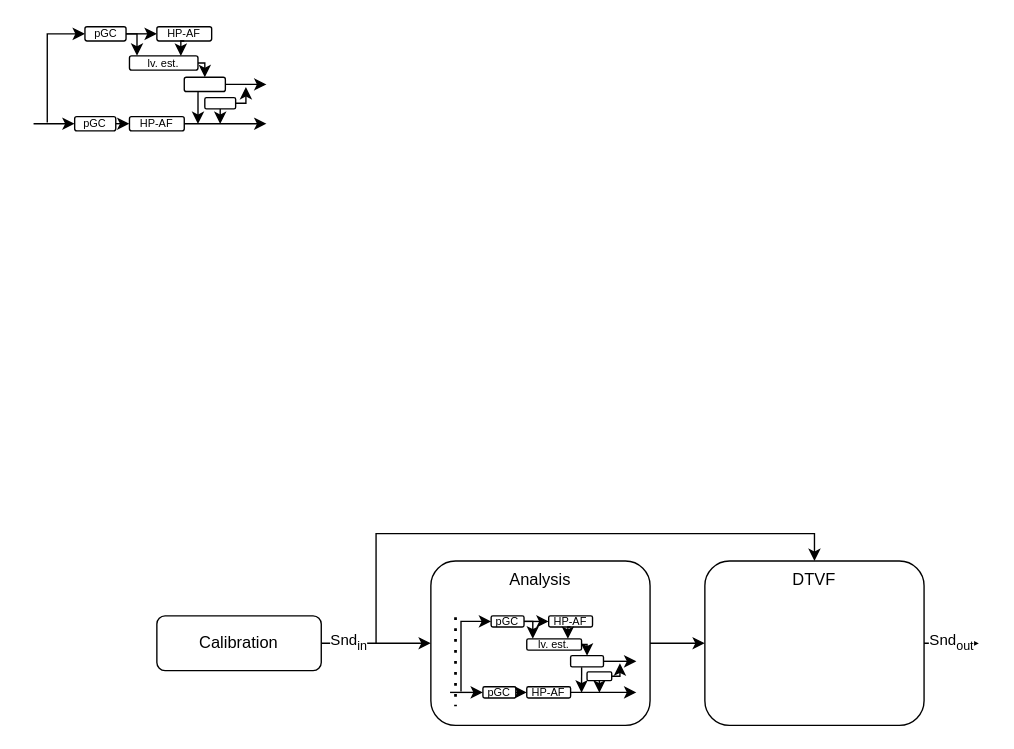
Above: WHIS-Blockdiagramm.drawio in dirkbr/draw.io (draw.io), before the change. Source tidied: cells renumbered, new cells numbered last; positions are measured from the earlier drawing's top-left corner, leaving out a move shared by most shapes. Both pictures are drawn from the tidied source at 137%, with x=0, y=0 at pixel (33, 26).
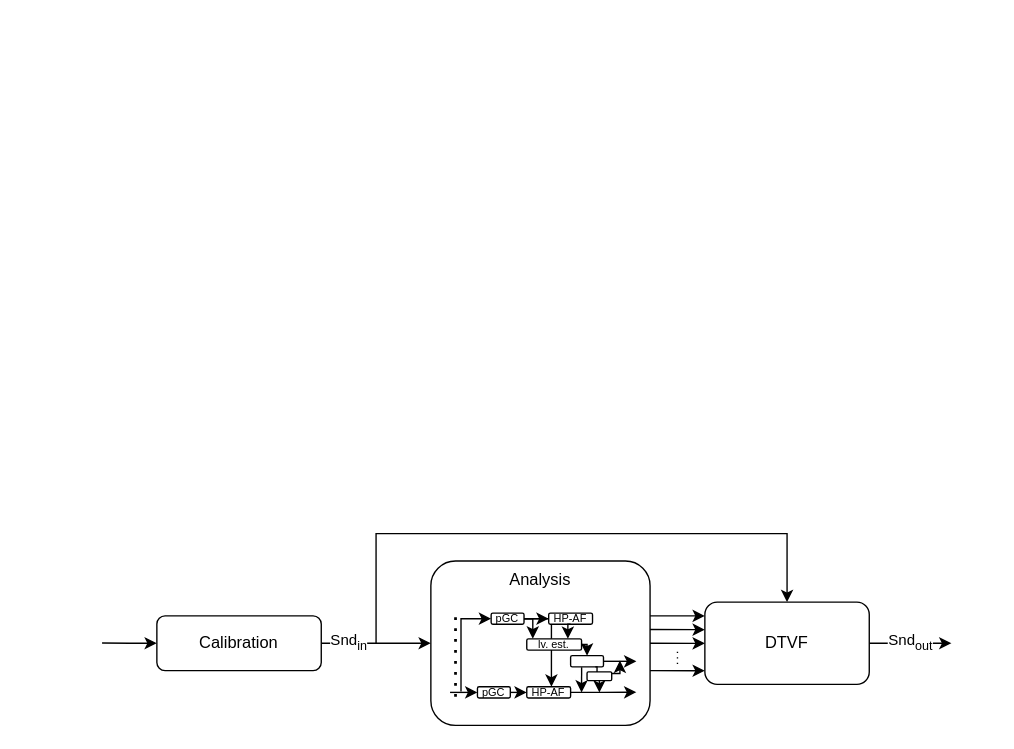
The same diagram, later.

The change refers to these unchanged cells:
```xml
<mxCell id="3" value="Analysis" style="rounded=1;whiteSpace=wrap;html=1;verticalAlign=top;" parent="1" vertex="1">
  <mxGeometry x="290" y="390" width="160" height="120" as="geometry" />
</mxCell>
<mxCell id="5" value="Calibration" style="rounded=1;whiteSpace=wrap;html=1;" parent="1" vertex="1">
  <mxGeometry x="90" y="430" width="120" height="40" as="geometry" />
</mxCell>
```

What changed in the source:
```diff
@@
-    <mxCell id="2" style="edgeStyle=orthogonalEdgeStyle;rounded=0;jettySize=auto;html=1;exitX=1;exitY=0.5;exitDx=0;exitDy=0;entryX=0;entryY=0.5;entryDx=0;entryDy=0;" parent="1" edge="1" source="3" target="54">
-      <mxGeometry relative="1" as="geometry" />
-    </mxCell>
@@
+    <mxCell id="55" style="edgeStyle=orthogonalEdgeStyle;rounded=0;jettySize=auto;html=1;exitX=0;exitY=0.5;exitDx=0;exitDy=0;startArrow=classic;startFill=1;endArrow=none;endFill=0;" parent="1" edge="1" source="5">
+      <mxGeometry relative="1" as="geometry">
+        <mxPoint x="50" y="449.8" as="targetPoint" />
+      </mxGeometry>
+    </mxCell>
@@
-    <mxCell id="7" style="group;" parent="1" vertex="1">
-      <mxGeometry width="170" height="76" as="geometry" />
-    </mxCell>
-    <mxCell id="8" style="edgeStyle=orthogonalEdgeStyle;rounded=0;jettySize=auto;html=1;exitX=1;exitY=0.5;exitDx=0;exitDy=0;entryX=0;entryY=0.5;entryDx=0;entryDy=0;" parent="7" edge="1" source="10" target="11">
-      <mxGeometry relative="1" as="geometry" />
-    </mxCell>
-    <mxCell id="9" style="edgeStyle=orthogonalEdgeStyle;rounded=0;jettySize=auto;html=1;exitX=0;exitY=0.5;exitDx=0;exitDy=0;startArrow=classic;startFill=1;endArrow=none;endFill=0;" parent="7" edge="1" source="10">
-      <mxGeometry relative="1" as="geometry">
-        <mxPoint x="10" y="70" as="targetPoint" />
-        <Array as="points">
-          <mxPoint x="10" y="5" />
-        </Array>
-      </mxGeometry>
-    </mxCell>
-    <mxCell id="10" value="pGC" style="rounded=1;whiteSpace=wrap;html=1;fontSize=8;" parent="7" vertex="1">
-      <mxGeometry x="37.5" width="30" height="10.4" as="geometry" />
-    </mxCell>
-    <mxCell id="11" value="HP-AF" style="rounded=1;whiteSpace=wrap;html=1;fontSize=8;" parent="7" vertex="1">
-      <mxGeometry x="90" width="40" height="10.4" as="geometry" />
-    </mxCell>
-    <mxCell id="12" style="edgeStyle=orthogonalEdgeStyle;rounded=0;jettySize=auto;html=1;exitX=1;exitY=0.5;exitDx=0;exitDy=0;entryX=0.5;entryY=0;entryDx=0;entryDy=0;" parent="7" edge="1" source="13" target="16">
-      <mxGeometry relative="1" as="geometry" />
-    </mxCell>
-    <mxCell id="13" value="lv. est." style="rounded=1;whiteSpace=wrap;html=1;fontSize=8;" parent="7" vertex="1">
-      <mxGeometry x="70" y="21.3" width="50" height="10.4" as="geometry" />
-    </mxCell>
-    <mxCell id="14" style="edgeStyle=orthogonalEdgeStyle;rounded=0;jettySize=auto;html=1;exitX=1;exitY=0.5;exitDx=0;exitDy=0;" parent="7" edge="1" source="16">
-      <mxGeometry relative="1" as="geometry">
-        <mxPoint x="170" y="42.1" as="targetPoint" />
-      </mxGeometry>
-    </mxCell>
-    <mxCell id="15" style="edgeStyle=orthogonalEdgeStyle;rounded=0;jettySize=auto;html=1;exitX=0.335;exitY=1.02;exitDx=0;exitDy=0;exitPerimeter=0;" parent="7" edge="1" source="16">
-      <mxGeometry relative="1" as="geometry">
-        <mxPoint x="120" y="71" as="targetPoint" />
-      </mxGeometry>
-    </mxCell>
-    <mxCell id="16" style="rounded=1;whiteSpace=wrap;html=1;" parent="7" vertex="1">
-      <mxGeometry x="110" y="36.9" width="30" height="10.4" as="geometry" />
-    </mxCell>
-    <mxCell id="17" style="edgeStyle=orthogonalEdgeStyle;rounded=0;jettySize=auto;html=1;exitX=1;exitY=0.5;exitDx=0;exitDy=0;entryX=0;entryY=0.5;entryDx=0;entryDy=0;" parent="7" edge="1" source="19" target="21">
-      <mxGeometry relative="1" as="geometry" />
-    </mxCell>
-    <mxCell id="18" style="edgeStyle=orthogonalEdgeStyle;rounded=0;jettySize=auto;html=1;exitX=0;exitY=0.5;exitDx=0;exitDy=0;endArrow=none;endFill=0;startArrow=classic;startFill=1;entryX=1;entryY=0.5;entryDx=0;entryDy=0;" parent="7" edge="1" source="19">
-      <mxGeometry relative="1" as="geometry">
-        <mxPoint y="71.2" as="targetPoint" />
-      </mxGeometry>
-    </mxCell>
-    <mxCell id="19" value="&lt;div style=&quot;font-size: 8px;&quot;&gt;pGC&lt;/div&gt;" style="rounded=1;whiteSpace=wrap;html=1;fontSize=8;" parent="7" vertex="1">
-      <mxGeometry x="30" y="65.6" width="30" height="10.4" as="geometry" />
-    </mxCell>
-    <mxCell id="20" style="edgeStyle=orthogonalEdgeStyle;rounded=0;jettySize=auto;html=1;exitX=1;exitY=0.5;exitDx=0;exitDy=0;" parent="7" edge="1" source="21">
-      <mxGeometry relative="1" as="geometry">
-        <mxPoint x="170" y="70.8" as="targetPoint" />
-      </mxGeometry>
-    </mxCell>
-    <mxCell id="21" value="&lt;div style=&quot;font-size: 8px;&quot;&gt;HP-AF&lt;/div&gt;" style="rounded=1;whiteSpace=wrap;html=1;fontSize=8;" parent="7" vertex="1">
-      <mxGeometry x="70" y="65.6" width="40" height="10.4" as="geometry" />
-    </mxCell>
-    <mxCell id="22" style="edgeStyle=orthogonalEdgeStyle;rounded=0;jettySize=auto;html=1;exitX=1;exitY=0.5;exitDx=0;exitDy=0;endArrow=classic;endFill=1;" parent="7" edge="1" source="24">
-      <mxGeometry relative="1" as="geometry">
-        <mxPoint x="155" y="44" as="targetPoint" />
-        <Array as="points">
-          <mxPoint x="155" y="56" />
-        </Array>
-      </mxGeometry>
-    </mxCell>
-    <mxCell id="23" style="edgeStyle=orthogonalEdgeStyle;rounded=0;jettySize=auto;html=1;exitX=0.5;exitY=1;exitDx=0;exitDy=0;" parent="7" edge="1" source="24">
-      <mxGeometry relative="1" as="geometry">
-        <mxPoint x="136.2" y="71" as="targetPoint" />
-      </mxGeometry>
-    </mxCell>
-    <mxCell id="24" style="rounded=1;whiteSpace=wrap;html=1;" parent="7" vertex="1">
-      <mxGeometry x="125" y="51.8" width="22.5" height="8.2" as="geometry" />
-    </mxCell>
-    <mxCell id="25" style="rounded=0;orthogonalLoop=1;jettySize=auto;html=1;exitX=0;exitY=1;exitDx=0;exitDy=0;entryX=1;entryY=0;entryDx=0;entryDy=0;endArrow=none;endFill=0;" parent="7" edge="1">
-      <mxGeometry relative="1" as="geometry">
-        <mxPoint x="145.2" y="40.6" as="sourcePoint" />
-        <mxPoint x="146.1" y="39.7" as="targetPoint" />
-      </mxGeometry>
-    </mxCell>
-    <mxCell id="26" style="rounded=0;orthogonalLoop=1;jettySize=auto;html=1;exitX=0;exitY=0;exitDx=0;exitDy=0;entryX=1;entryY=1;entryDx=0;entryDy=0;endArrow=none;endFill=0;" parent="7" edge="1">
-      <mxGeometry relative="1" as="geometry">
-        <mxPoint x="145.2" y="39.7" as="sourcePoint" />
-        <mxPoint x="146.1" y="40.6" as="targetPoint" />
-      </mxGeometry>
-    </mxCell>
-    <mxCell id="27" style="edgeStyle=orthogonalEdgeStyle;rounded=0;jettySize=auto;html=1;exitX=0.5;exitY=1;exitDx=0;exitDy=0;entryX=0.75;entryY=0;entryDx=0;entryDy=0;" parent="7" edge="1" source="11" target="13">
-      <mxGeometry relative="1" as="geometry" />
-    </mxCell>
-    <mxCell id="28" style="endArrow=classic;html=1;rounded=0;exitX=1;exitY=0.5;exitDx=0;exitDy=0;edgeStyle=orthogonalEdgeStyle;entryX=0.11;entryY=-0.013;entryDx=0;entryDy=0;entryPerimeter=0;" parent="7" edge="1" source="10" target="13">
-      <mxGeometry relative="1" as="geometry" />
-    </mxCell>
-    <mxCell id="29" style="group;" parent="1" vertex="1">
-      <mxGeometry x="304" y="430" width="136" height="60" as="geometry" />
-    </mxCell>
+    <mxCell id="52" value="Snd&lt;sub&gt;out&lt;/sub&gt;" style="edgeStyle=orthogonalEdgeStyle;rounded=0;jettySize=auto;html=1;exitX=1;exitY=0.5;exitDx=0;exitDy=0;" parent="1" edge="1" source="54">
+      <mxGeometry relative="1" as="geometry">
+        <mxPoint x="670" y="450" as="targetPoint" />
+      </mxGeometry>
+    </mxCell>
+    <mxCell id="53" style="edgeStyle=orthogonalEdgeStyle;rounded=0;jettySize=auto;html=1;exitX=0.5;exitY=0;exitDx=0;exitDy=0;startArrow=classic;startFill=1;endArrow=none;endFill=0;" parent="1" edge="1" source="54">
+      <mxGeometry relative="1" as="geometry">
+        <mxPoint x="250" y="450" as="targetPoint" />
+        <Array as="points">
+          <mxPoint x="550" y="370" />
+          <mxPoint x="250" y="370" />
+        </Array>
+      </mxGeometry>
+    </mxCell>
+    <mxCell id="54" value="DTVF" style="rounded=1;whiteSpace=wrap;html=1;verticalAlign=middle;" parent="1" vertex="1">
+      <mxGeometry x="490" y="420" width="120" height="60" as="geometry" />
+    </mxCell>
+    <mxCell id="56" style="endArrow=classic;html=1;rounded=0;" parent="1" edge="1">
+      <mxGeometry relative="1" as="geometry">
+        <mxPoint x="450" y="430" as="sourcePoint" />
+        <mxPoint x="490" y="430.1" as="targetPoint" />
+      </mxGeometry>
+    </mxCell>
+    <mxCell id="57" style="endArrow=classic;html=1;rounded=0;" parent="1" edge="1">
+      <mxGeometry relative="1" as="geometry">
+        <mxPoint x="450" y="440" as="sourcePoint" />
+        <mxPoint x="490" y="440.1" as="targetPoint" />
+      </mxGeometry>
+    </mxCell>
+    <mxCell id="58" style="endArrow=classic;html=1;rounded=0;" parent="1" edge="1">
+      <mxGeometry relative="1" as="geometry">
+        <mxPoint x="450" y="450" as="sourcePoint" />
+        <mxPoint x="490" y="450.1" as="targetPoint" />
+      </mxGeometry>
+    </mxCell>
+    <mxCell id="59" style="endArrow=classic;html=1;rounded=0;" parent="1" edge="1">
+      <mxGeometry relative="1" as="geometry">
+        <mxPoint x="450" y="470" as="sourcePoint" />
+        <mxPoint x="490" y="470.1" as="targetPoint" />
+      </mxGeometry>
+    </mxCell>
+    <mxCell id="60" style="endArrow=none;dashed=1;html=1;dashPattern=1 3;strokeWidth=1;rounded=0;" parent="1" edge="1">
+      <mxGeometry relative="1" as="geometry">
+        <mxPoint x="470" y="465.2" as="sourcePoint" />
+        <mxPoint x="470" y="455.2" as="targetPoint" />
+      </mxGeometry>
+    </mxCell>
-    <mxCell id="30" style="edgeStyle=orthogonalEdgeStyle;rounded=0;jettySize=auto;html=1;exitX=1;exitY=0.5;exitDx=0;exitDy=0;entryX=0;entryY=0.5;entryDx=0;entryDy=0;" parent="29" edge="1" source="32" target="33">
+    <mxCell id="30" style="edgeStyle=orthogonalEdgeStyle;rounded=0;jettySize=auto;html=1;exitX=1;exitY=0.5;exitDx=0;exitDy=0;entryX=0;entryY=0.5;entryDx=0;entryDy=0;" parent="1" edge="1" source="32" target="33">
       <mxGeometry relative="1" as="geometry" />
     </mxCell>
-    <mxCell id="31" style="edgeStyle=orthogonalEdgeStyle;rounded=0;jettySize=auto;html=1;exitX=0;exitY=0.5;exitDx=0;exitDy=0;startArrow=classic;startFill=1;endArrow=none;endFill=0;" parent="29" edge="1" source="32">
+    <mxCell id="31" style="edgeStyle=orthogonalEdgeStyle;rounded=0;jettySize=auto;html=1;exitX=0;exitY=0.5;exitDx=0;exitDy=0;startArrow=classic;startFill=1;endArrow=none;endFill=0;" parent="1" edge="1" source="32">
       <mxGeometry relative="1" as="geometry">
-        <mxPoint x="8" y="55.3" as="targetPoint" />
+        <mxPoint x="312" y="485.2" as="targetPoint" />
         <Array as="points">
-          <mxPoint x="8" y="3.9" />
+          <mxPoint x="312" y="432" />
         </Array>
       </mxGeometry>
     </mxCell>
+    <mxCell id="61" style="edgeStyle=orthogonalEdgeStyle;rounded=0;jettySize=auto;html=1;" parent="1" edge="1" source="32" target="43">
+      <mxGeometry relative="1" as="geometry">
+        <Array as="points">
+          <mxPoint x="378" y="432" />
+        </Array>
+      </mxGeometry>
+    </mxCell>
-    <mxCell id="32" value="pGC" style="rounded=1;whiteSpace=wrap;html=1;fontSize=8;" parent="29" vertex="1">
-      <mxGeometry x="30" width="24" height="8.2" as="geometry" />
+    <mxCell id="32" value="pGC" style="rounded=1;whiteSpace=wrap;html=1;fontSize=8;" parent="1" vertex="1">
+      <mxGeometry x="334" y="428" width="24" height="8.2" as="geometry" />
     </mxCell>
-    <mxCell id="33" value="HP-AF" style="rounded=1;whiteSpace=wrap;html=1;fontSize=8;" parent="29" vertex="1">
-      <mxGeometry x="72" width="32" height="8.2" as="geometry" />
+    <mxCell id="33" value="HP-AF" style="rounded=1;whiteSpace=wrap;html=1;fontSize=8;" parent="1" vertex="1">
+      <mxGeometry x="376" y="428" width="32" height="8.2" as="geometry" />
     </mxCell>
-    <mxCell id="34" style="edgeStyle=orthogonalEdgeStyle;rounded=0;jettySize=auto;html=1;exitX=1;exitY=0.5;exitDx=0;exitDy=0;entryX=0.5;entryY=0;entryDx=0;entryDy=0;" parent="29" edge="1" source="35" target="38">
+    <mxCell id="34" style="edgeStyle=orthogonalEdgeStyle;rounded=0;jettySize=auto;html=1;exitX=1;exitY=0.5;exitDx=0;exitDy=0;entryX=0.5;entryY=0;entryDx=0;entryDy=0;" parent="1" edge="1" source="35" target="38">
       <mxGeometry relative="1" as="geometry" />
     </mxCell>
-    <mxCell id="35" value="lv. est." style="rounded=1;whiteSpace=wrap;html=1;fontSize=8;" parent="29" vertex="1">
-      <mxGeometry x="56" y="16.8" width="40" height="8.2" as="geometry" />
+    <mxCell id="35" value="lv. est." style="rounded=1;whiteSpace=wrap;html=1;fontSize=8;" parent="1" vertex="1">
+      <mxGeometry x="360" y="446.8" width="40" height="8.2" as="geometry" />
     </mxCell>
-    <mxCell id="36" style="edgeStyle=orthogonalEdgeStyle;rounded=0;jettySize=auto;html=1;exitX=1;exitY=0.5;exitDx=0;exitDy=0;" parent="29" edge="1" source="38">
+    <mxCell id="36" style="edgeStyle=orthogonalEdgeStyle;rounded=0;jettySize=auto;html=1;exitX=1;exitY=0.5;exitDx=0;exitDy=0;" parent="1" edge="1" source="38">
       <mxGeometry relative="1" as="geometry">
-        <mxPoint x="136" y="33.3" as="targetPoint" />
+        <mxPoint x="440" y="463.2" as="targetPoint" />
       </mxGeometry>
     </mxCell>
-    <mxCell id="37" style="edgeStyle=orthogonalEdgeStyle;rounded=0;jettySize=auto;html=1;exitX=0.335;exitY=1.02;exitDx=0;exitDy=0;exitPerimeter=0;" parent="29" edge="1" source="38">
+    <mxCell id="37" style="edgeStyle=orthogonalEdgeStyle;rounded=0;jettySize=auto;html=1;exitX=0.335;exitY=1.02;exitDx=0;exitDy=0;exitPerimeter=0;" parent="1" edge="1" source="38">
       <mxGeometry relative="1" as="geometry">
-        <mxPoint x="96" y="56.1" as="targetPoint" />
+        <mxPoint x="400" y="486" as="targetPoint" />
       </mxGeometry>
     </mxCell>
-    <mxCell id="38" style="rounded=1;whiteSpace=wrap;html=1;" parent="29" vertex="1">
-      <mxGeometry x="88" y="29.1" width="24" height="8.2" as="geometry" />
+    <mxCell id="38" style="rounded=1;whiteSpace=wrap;html=1;" parent="1" vertex="1">
+      <mxGeometry x="392" y="459.1" width="24" height="8.2" as="geometry" />
     </mxCell>
-    <mxCell id="39" style="edgeStyle=orthogonalEdgeStyle;rounded=0;jettySize=auto;html=1;exitX=1;exitY=0.5;exitDx=0;exitDy=0;entryX=0;entryY=0.5;entryDx=0;entryDy=0;" parent="29" edge="1" source="41" target="43">
+    <mxCell id="39" style="edgeStyle=orthogonalEdgeStyle;rounded=0;jettySize=auto;html=1;exitX=1;exitY=0.5;exitDx=0;exitDy=0;entryX=0;entryY=0.5;entryDx=0;entryDy=0;" parent="1" edge="1" source="41" target="43">
       <mxGeometry relative="1" as="geometry" />
     </mxCell>
-    <mxCell id="40" style="edgeStyle=orthogonalEdgeStyle;rounded=0;jettySize=auto;html=1;exitX=0;exitY=0.5;exitDx=0;exitDy=0;endArrow=none;endFill=0;startArrow=classic;startFill=1;entryX=1;entryY=0.5;entryDx=0;entryDy=0;" parent="29" edge="1" source="41">
+    <mxCell id="40" style="edgeStyle=orthogonalEdgeStyle;rounded=0;jettySize=auto;html=1;exitX=0;exitY=0.5;exitDx=0;exitDy=0;endArrow=none;endFill=0;startArrow=classic;startFill=1;entryX=1;entryY=0.5;entryDx=0;entryDy=0;" parent="1" edge="1" source="41">
       <mxGeometry relative="1" as="geometry">
-        <mxPoint y="56.2" as="targetPoint" />
+        <mxPoint x="304" y="486.2" as="targetPoint" />
       </mxGeometry>
     </mxCell>
-    <mxCell id="41" value="&lt;div style=&quot;font-size: 8px;&quot;&gt;pGC&lt;/div&gt;" style="rounded=1;whiteSpace=wrap;html=1;fontSize=8;" parent="29" vertex="1">
-      <mxGeometry x="24" y="51.8" width="24" height="8.2" as="geometry" />
+    <mxCell id="41" value="&lt;div style=&quot;font-size: 8px;&quot;&gt;pGC&lt;/div&gt;" style="rounded=1;whiteSpace=wrap;html=1;fontSize=8;" parent="1" vertex="1">
+      <mxGeometry x="324" y="481.8" width="24" height="8.2" as="geometry" />
     </mxCell>
-    <mxCell id="42" style="edgeStyle=orthogonalEdgeStyle;rounded=0;jettySize=auto;html=1;exitX=1;exitY=0.5;exitDx=0;exitDy=0;" parent="29" edge="1" source="43">
+    <mxCell id="42" style="edgeStyle=orthogonalEdgeStyle;rounded=0;jettySize=auto;html=1;exitX=1;exitY=0.5;exitDx=0;exitDy=0;" parent="1" edge="1" source="43">
       <mxGeometry relative="1" as="geometry">
-        <mxPoint x="136" y="55.9" as="targetPoint" />
+        <mxPoint x="440" y="485.8" as="targetPoint" />
       </mxGeometry>
     </mxCell>
-    <mxCell id="43" value="&lt;div style=&quot;font-size: 8px;&quot;&gt;HP-AF&lt;/div&gt;" style="rounded=1;whiteSpace=wrap;html=1;fontSize=8;" parent="29" vertex="1">
-      <mxGeometry x="56" y="51.8" width="32" height="8.2" as="geometry" />
+    <mxCell id="43" value="&lt;div style=&quot;font-size: 8px;&quot;&gt;HP-AF&lt;/div&gt;" style="rounded=1;whiteSpace=wrap;html=1;fontSize=8;" parent="1" vertex="1">
+      <mxGeometry x="360" y="481.8" width="32" height="8.2" as="geometry" />
     </mxCell>
-    <mxCell id="44" style="edgeStyle=orthogonalEdgeStyle;rounded=0;jettySize=auto;html=1;exitX=1;exitY=0.5;exitDx=0;exitDy=0;endArrow=classic;endFill=1;" parent="29" edge="1" source="46">
+    <mxCell id="44" style="edgeStyle=orthogonalEdgeStyle;rounded=0;orthogonalLoop=1;jettySize=auto;html=1;exitX=1;exitY=0.5;exitDx=0;exitDy=0;endArrow=classic;endFill=1;" parent="1" edge="1">
       <mxGeometry relative="1" as="geometry">
-        <mxPoint x="124" y="34.7" as="targetPoint" />
+        <mxPoint x="422" y="472.1" as="sourcePoint" />
+        <mxPoint x="428" y="462.7" as="targetPoint" />
         <Array as="points">
-          <mxPoint x="124" y="44.2" />
+          <mxPoint x="428" y="472.2" />
         </Array>
       </mxGeometry>
     </mxCell>
-    <mxCell id="45" style="edgeStyle=orthogonalEdgeStyle;rounded=0;jettySize=auto;html=1;exitX=0.5;exitY=1;exitDx=0;exitDy=0;" parent="29" edge="1" source="46">
+    <mxCell id="45" style="edgeStyle=orthogonalEdgeStyle;rounded=0;jettySize=auto;html=1;exitX=0.5;exitY=1;exitDx=0;exitDy=0;" parent="1" edge="1" source="46">
       <mxGeometry relative="1" as="geometry">
-        <mxPoint x="109" y="56.1" as="targetPoint" />
+        <mxPoint x="413" y="486" as="targetPoint" />
       </mxGeometry>
     </mxCell>
-    <mxCell id="46" style="rounded=1;whiteSpace=wrap;html=1;" parent="29" vertex="1">
-      <mxGeometry x="100" y="40.9" width="18" height="6.4" as="geometry" />
+    <mxCell id="46" style="rounded=1;whiteSpace=wrap;html=1;" parent="1" vertex="1">
+      <mxGeometry x="404" y="470.9" width="18" height="6.4" as="geometry" />
     </mxCell>
-    <mxCell id="47" style="rounded=0;orthogonalLoop=1;jettySize=auto;html=1;exitX=0;exitY=1;exitDx=0;exitDy=0;entryX=1;entryY=0;entryDx=0;entryDy=0;endArrow=none;endFill=0;" parent="29" edge="1">
+    <mxCell id="47" style="rounded=0;orthogonalLoop=1;jettySize=auto;html=1;exitX=0;exitY=1;exitDx=0;exitDy=0;entryX=1;entryY=0;entryDx=0;entryDy=0;endArrow=none;endFill=0;" parent="1" edge="1">
       <mxGeometry relative="1" as="geometry">
-        <mxPoint x="116.2" y="32" as="sourcePoint" />
-        <mxPoint x="116.9" y="31.3" as="targetPoint" />
+        <mxPoint x="420.2" y="462" as="sourcePoint" />
+        <mxPoint x="420.9" y="461.3" as="targetPoint" />
       </mxGeometry>
     </mxCell>
-    <mxCell id="48" style="rounded=0;orthogonalLoop=1;jettySize=auto;html=1;exitX=0;exitY=0;exitDx=0;exitDy=0;entryX=1;entryY=1;entryDx=0;entryDy=0;endArrow=none;endFill=0;" parent="29" edge="1">
+    <mxCell id="48" style="rounded=0;orthogonalLoop=1;jettySize=auto;html=1;exitX=0;exitY=0;exitDx=0;exitDy=0;entryX=1;entryY=1;entryDx=0;entryDy=0;endArrow=none;endFill=0;" parent="1" edge="1">
       <mxGeometry relative="1" as="geometry">
-        <mxPoint x="116.2" y="31.3" as="sourcePoint" />
-        <mxPoint x="116.9" y="32" as="targetPoint" />
+        <mxPoint x="420.2" y="461.3" as="sourcePoint" />
+        <mxPoint x="420.9" y="462" as="targetPoint" />
       </mxGeometry>
     </mxCell>
-    <mxCell id="49" style="edgeStyle=orthogonalEdgeStyle;rounded=0;jettySize=auto;html=1;exitX=0.5;exitY=1;exitDx=0;exitDy=0;entryX=0.75;entryY=0;entryDx=0;entryDy=0;" parent="29" edge="1" source="33" target="35">
+    <mxCell id="49" style="edgeStyle=orthogonalEdgeStyle;rounded=0;jettySize=auto;html=1;exitX=0.5;exitY=1;exitDx=0;exitDy=0;entryX=0.75;entryY=0;entryDx=0;entryDy=0;" parent="1" edge="1" source="33" target="35">
       <mxGeometry relative="1" as="geometry" />
     </mxCell>
-    <mxCell id="50" style="endArrow=classic;html=1;rounded=0;exitX=1;exitY=0.5;exitDx=0;exitDy=0;edgeStyle=orthogonalEdgeStyle;entryX=0.11;entryY=-0.013;entryDx=0;entryDy=0;entryPerimeter=0;" parent="29" edge="1" source="32" target="35">
+    <mxCell id="50" style="endArrow=classic;html=1;rounded=0;exitX=1;exitY=0.5;exitDx=0;exitDy=0;edgeStyle=orthogonalEdgeStyle;entryX=0.11;entryY=-0.013;entryDx=0;entryDy=0;entryPerimeter=0;" parent="1" edge="1" source="32" target="35">
       <mxGeometry relative="1" as="geometry" />
     </mxCell>
-    <mxCell id="51" style="endArrow=none;dashed=1;html=1;dashPattern=1 3;strokeWidth=2;rounded=0;" parent="29" edge="1">
+    <mxCell id="51" style="endArrow=none;dashed=1;html=1;dashPattern=1 3;strokeWidth=2;rounded=0;" parent="1" edge="1">
       <mxGeometry relative="1" as="geometry">
-        <mxPoint x="4" y="1" as="sourcePoint" />
-        <mxPoint x="4" y="66" as="targetPoint" />
+        <mxPoint x="308" y="431" as="sourcePoint" />
+        <mxPoint x="308" y="490" as="targetPoint" />
       </mxGeometry>
     </mxCell>
-    <mxCell id="52" value="Snd&lt;sub&gt;out&lt;/sub&gt;" style="edgeStyle=orthogonalEdgeStyle;rounded=0;jettySize=auto;html=1;exitX=1;exitY=0.5;exitDx=0;exitDy=0;" parent="1" edge="1" source="54">
-      <mxGeometry relative="1" as="geometry">
-        <mxPoint x="690" y="450.2" as="targetPoint" />
-      </mxGeometry>
-    </mxCell>
-    <mxCell id="53" style="edgeStyle=orthogonalEdgeStyle;rounded=0;jettySize=auto;html=1;exitX=0.5;exitY=0;exitDx=0;exitDy=0;startArrow=classic;startFill=1;endArrow=none;endFill=0;" parent="1" edge="1" source="54">
-      <mxGeometry relative="1" as="geometry">
-        <mxPoint x="250" y="450" as="targetPoint" />
-        <Array as="points">
-          <mxPoint x="570" y="370" />
-          <mxPoint x="250" y="370" />
-        </Array>
-      </mxGeometry>
-    </mxCell>
-    <mxCell id="54" value="DTVF" style="rounded=1;whiteSpace=wrap;html=1;verticalAlign=top;" parent="1" vertex="1">
-      <mxGeometry x="490" y="390" width="160" height="120" as="geometry" />
-    </mxCell>
+    <mxCell id="62" style="edgeStyle=orthogonalEdgeStyle;rounded=0;jettySize=auto;html=1;exitX=0.75;exitY=1;exitDx=0;exitDy=0;entryX=0.405;entryY=0.006;entryDx=0;entryDy=0;entryPerimeter=0;endArrow=none;endFill=0;" parent="1" edge="1" source="38" target="46">
+      <mxGeometry relative="1" as="geometry" />
+    </mxCell>
```
